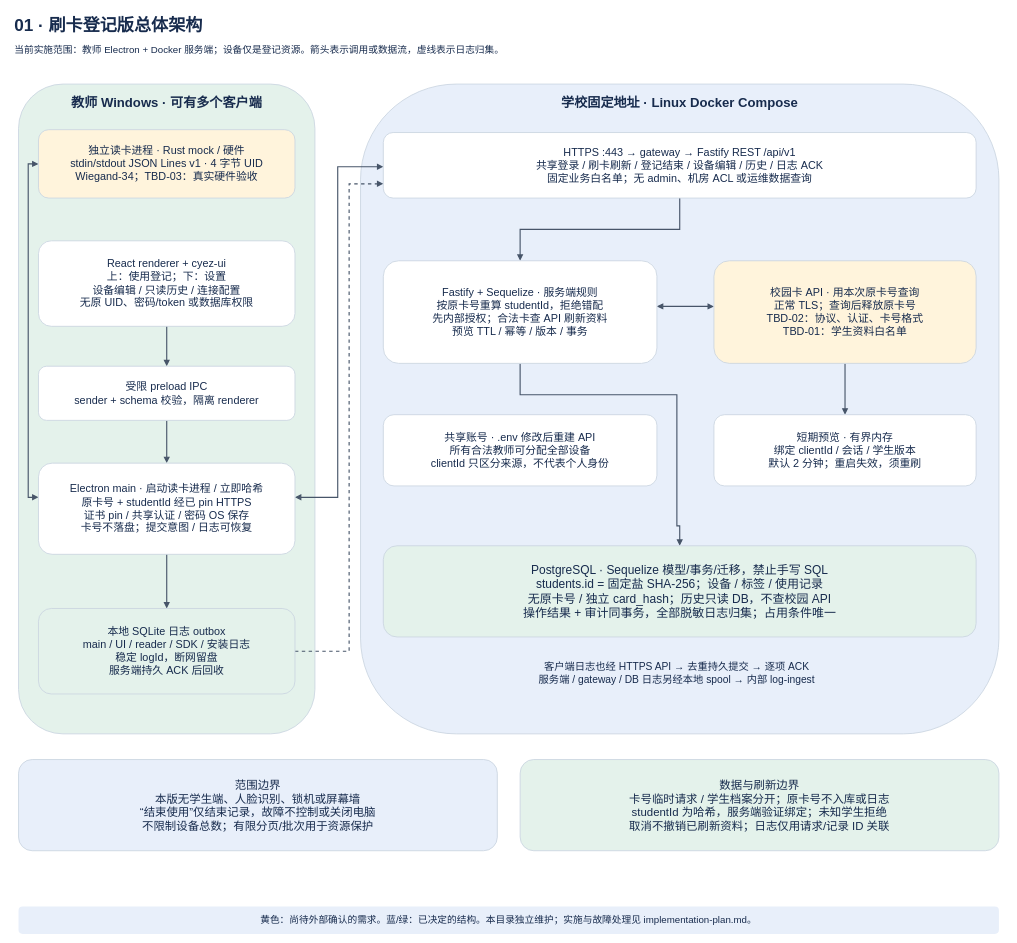
Earlier version of the draw.io diagram page "01 · 刷卡登记版总体架构" (1 of 8) of record-only/docs/architecture.drawio (lmyzzzz/cyez-library-management). Source tidied: cells renumbered, new cells numbered last; positions are measured from the earlier drawing's top-left corner, leaving out a move shared by most shapes. Both pictures are drawn from the tidied source at 57%, with x=0, y=0 at pixel (10, 10).
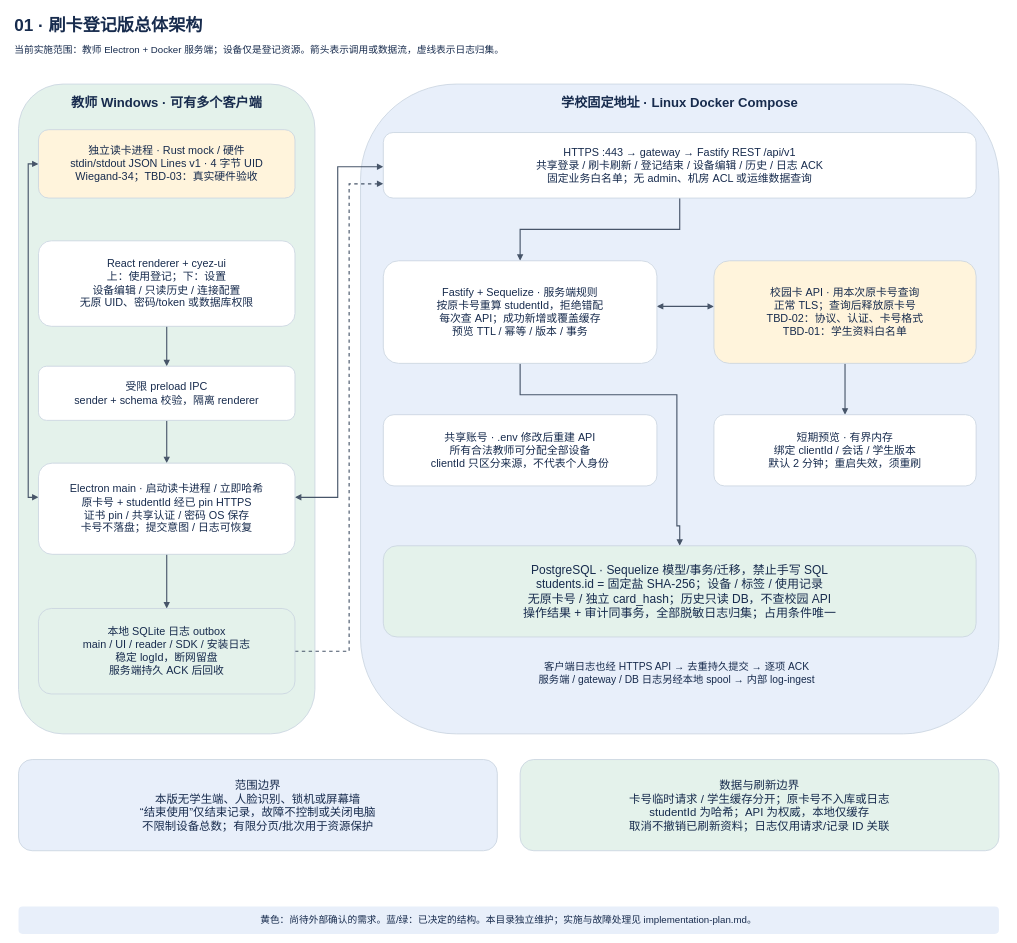
Above is the later version.

Diff of the diagram source:
```diff
@@
-    <mxCell id="24" value="Fastify + Sequelize · 服务端规则&#10;按原卡号重算 studentId，拒绝错配&#10;先内部授权；合法卡查 API 刷新资料&#10;预览 TTL / 幂等 / 版本 / 事务" style="rounded=1;whiteSpace=wrap;html=0;fillColor=#ffffff;strokeColor=#cbd5e1;strokeWidth=1.5;fontColor=#172b4d;fontFamily=Microsoft YaHei;fontSize=19;fontStyle=0;align=center;verticalAlign=middle;spacing=8;" parent="1" vertex="1">
+    <mxCell id="24" value="Fastify + Sequelize · 服务端规则&#10;按原卡号重算 studentId，拒绝错配&#10;每次查 API；成功新增或覆盖缓存&#10;预览 TTL / 幂等 / 版本 / 事务" style="rounded=1;whiteSpace=wrap;html=0;fillColor=#ffffff;strokeColor=#cbd5e1;strokeWidth=1.5;fontColor=#172b4d;fontFamily=Microsoft YaHei;fontSize=19;fontStyle=0;align=center;verticalAlign=middle;spacing=8;" parent="1" vertex="1">
       <mxGeometry x="655" y="440" width="480" height="180" as="geometry" />
     </mxCell>
@@
-    <mxCell id="31" value="数据与刷新边界&#10;卡号临时请求 / 学生档案分开；原卡号不入库或日志&#10;studentId 为哈希，服务端验证绑定；未知学生拒绝&#10;取消不撤销已刷新资料；日志仅用请求/记录 ID 关联" style="rounded=1;whiteSpace=wrap;html=0;fillColor=#e4f2eb;strokeColor=#cbd5e1;strokeWidth=1.5;fontColor=#172b4d;fontFamily=Microsoft YaHei;fontSize=20;fontStyle=0;align=center;verticalAlign=middle;spacing=8;" parent="1" vertex="1">
+    <mxCell id="31" value="数据与刷新边界&#10;卡号临时请求 / 学生缓存分开；原卡号不入库或日志&#10;studentId 为哈希；API 为权威，本地仅缓存&#10;取消不撤销已刷新资料；日志仅用请求/记录 ID 关联" style="rounded=1;whiteSpace=wrap;html=0;fillColor=#e4f2eb;strokeColor=#cbd5e1;strokeWidth=1.5;fontColor=#172b4d;fontFamily=Microsoft YaHei;fontSize=20;fontStyle=0;align=center;verticalAlign=middle;spacing=8;" parent="1" vertex="1">
       <mxGeometry x="895" y="1315" width="840" height="160" as="geometry" />
     </mxCell>
```
